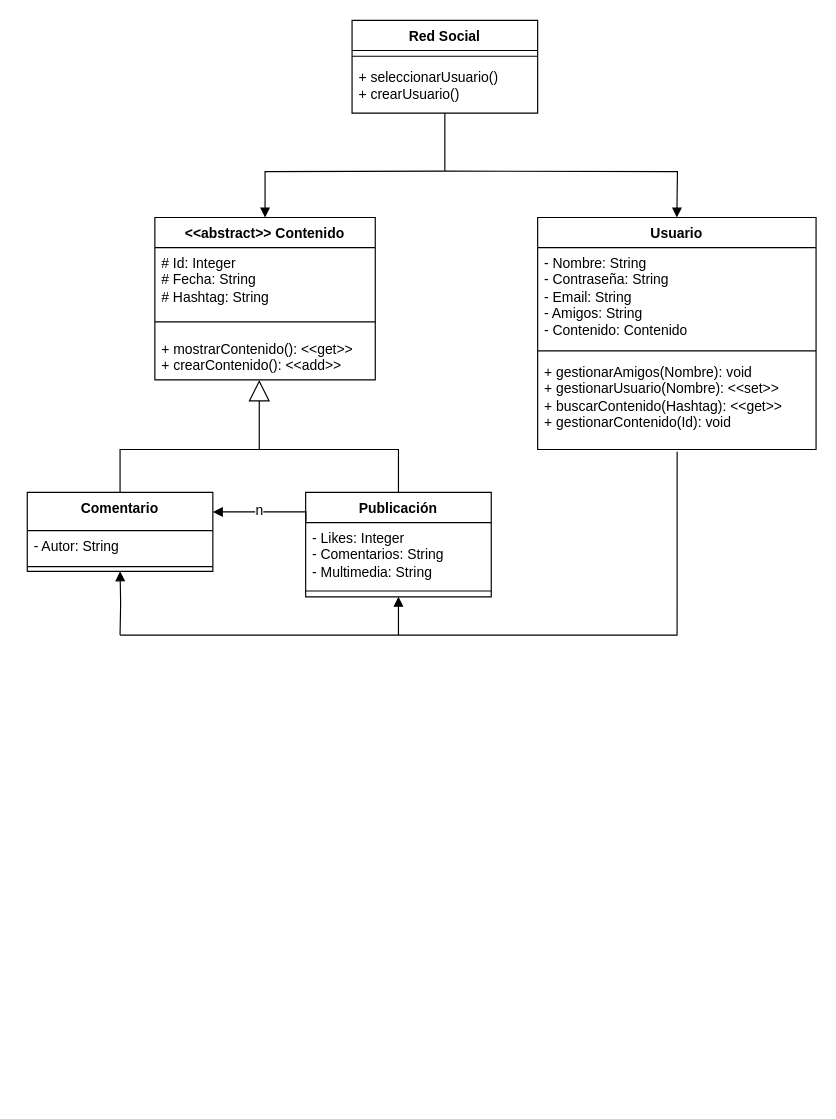
This is diag/dc.drawio from Kore29/Program-Whale, a draw.io file, before an edit. Source tidied: cells renumbered, new cells numbered last; positions are measured from the earlier drawing's top-left corner, leaving out a move shared by most shapes. Both pictures are drawn from the tidied source at 116%, with x=0, y=0 at pixel (27, 20).
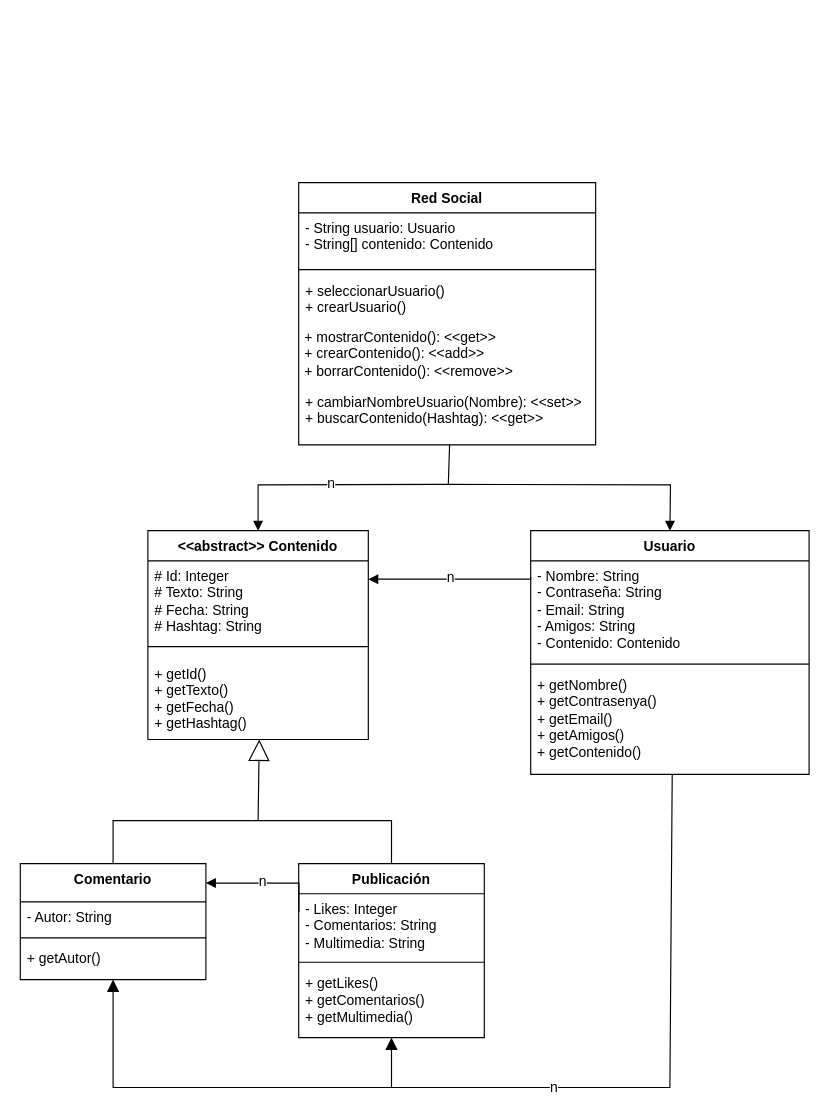
The same diagram, later.

Diff of the diagram source:
```diff
@@
     <mxCell id="2" value="&lt;div&gt;&amp;lt;&amp;lt;abstract&amp;gt;&amp;gt; Contenido&lt;/div&gt;&lt;div&gt;&lt;br&gt;&lt;/div&gt;" style="swimlane;fontStyle=1;align=center;verticalAlign=top;horizontal=1;startSize=26;whiteSpace=wrap;html=1;" parent="1" vertex="1">
-      <mxGeometry x="110" y="170" width="190" height="140" as="geometry" />
+      <mxGeometry x="104" y="440" width="190" height="180" as="geometry" />
     </mxCell>
-    <mxCell id="3" value="&lt;div&gt;# Id: Integer&lt;/div&gt;&lt;div&gt;# Fecha: String&lt;/div&gt;&lt;div&gt;# Hashtag: String&lt;/div&gt;" style="text;strokeColor=none;fillColor=none;align=left;verticalAlign=top;spacingLeft=4;spacingRight=4;overflow=hidden;whiteSpace=wrap;html=1;" parent="2" vertex="1">
-      <mxGeometry y="26" width="190" height="54" as="geometry" />
+    <mxCell id="3" value="&lt;div&gt;# Id: Integer&lt;/div&gt;&lt;div&gt;# Texto: String&lt;/div&gt;&lt;div&gt;# Fecha: String&lt;/div&gt;&lt;div&gt;# Hashtag: String&lt;/div&gt;" style="text;strokeColor=none;fillColor=none;align=left;verticalAlign=top;spacingLeft=4;spacingRight=4;overflow=hidden;whiteSpace=wrap;html=1;" parent="2" vertex="1">
+      <mxGeometry y="26" width="190" height="64" as="geometry" />
     </mxCell>
     <mxCell id="4" style="line;strokeWidth=1;fillColor=none;align=left;verticalAlign=middle;spacingTop=-1;spacingLeft=3;spacingRight=3;labelPosition=right;strokeColor=inherit;" parent="2" vertex="1">
-      <mxGeometry y="80" width="190" height="20" as="geometry" />
+      <mxGeometry y="90" width="190" height="20" as="geometry" />
     </mxCell>
-    <mxCell id="5" value="&lt;div&gt;+ mostrarContenido(): &amp;lt;&amp;lt;get&amp;gt;&amp;gt;&lt;/div&gt;&lt;div&gt;+ crearContenido(): &amp;lt;&amp;lt;add&amp;gt;&amp;gt;&lt;/div&gt;" style="text;strokeColor=none;fillColor=none;align=left;verticalAlign=top;spacingLeft=4;spacingRight=4;overflow=hidden;whiteSpace=wrap;html=1;" parent="2" vertex="1">
-      <mxGeometry y="100" width="190" height="40" as="geometry" />
-    </mxCell>
+    <mxCell id="30" value="&lt;div&gt;+ getId()&lt;/div&gt;&lt;div&gt;+ getTexto()&lt;/div&gt;&lt;div&gt;+ getFecha()&lt;/div&gt;&lt;div&gt;+ getHashtag()&lt;/div&gt;" style="text;strokeColor=none;fillColor=none;align=left;verticalAlign=top;spacingLeft=4;spacingRight=4;overflow=hidden;whiteSpace=wrap;html=1;" parent="2" vertex="1">
+      <mxGeometry y="110" width="190" height="70" as="geometry" />
+    </mxCell>
-    <mxCell id="6" value="Red Social" style="swimlane;fontStyle=1;align=center;verticalAlign=top;horizontal=1;startSize=26;whiteSpace=wrap;html=1;fillColor=none;" parent="1" vertex="1">
-      <mxGeometry x="280" width="160" height="80" as="geometry" />
+    <mxCell id="6" value="Red Social" style="swimlane;fontStyle=1;align=center;verticalAlign=top;horizontal=1;startSize=26;whiteSpace=wrap;html=1;" parent="1" vertex="1">
+      <mxGeometry x="234" y="140" width="256" height="226" as="geometry" />
     </mxCell>
+    <mxCell id="31" value="&lt;div&gt;- String usuario: Usuario&lt;/div&gt;&lt;div&gt;- String[] contenido: Contenido&lt;/div&gt;" style="text;align=left;verticalAlign=top;spacingLeft=4;spacingRight=4;overflow=hidden;whiteSpace=wrap;html=1;" parent="6" vertex="1">
+      <mxGeometry y="26" width="256" height="44" as="geometry" />
+    </mxCell>
     <mxCell id="7" style="line;strokeWidth=1;fillColor=none;align=left;verticalAlign=middle;spacingTop=-1;spacingLeft=3;spacingRight=3;labelPosition=right;strokeColor=inherit;" parent="6" vertex="1">
-      <mxGeometry y="26" width="160" height="10" as="geometry" />
+      <mxGeometry y="70" width="256" height="10" as="geometry" />
     </mxCell>
-    <mxCell id="8" value="&lt;div&gt;+ seleccionarUsuario()&lt;/div&gt;&lt;div&gt;+ crearUsuario()&lt;/div&gt;" style="text;strokeColor=none;fillColor=none;align=left;verticalAlign=top;spacingLeft=4;spacingRight=4;overflow=hidden;whiteSpace=wrap;html=1;" parent="6" vertex="1">
-      <mxGeometry y="36" width="160" height="44" as="geometry" />
+    <mxCell id="8" value="&lt;div&gt;+ seleccionarUsuario()&lt;/div&gt;&lt;div&gt;+ crearUsuario()&lt;/div&gt;" style="text;align=left;verticalAlign=top;spacingLeft=4;spacingRight=4;overflow=hidden;whiteSpace=wrap;html=1;" parent="6" vertex="1">
+      <mxGeometry y="80" width="256" height="40" as="geometry" />
     </mxCell>
+    <mxCell id="32" value=" + mostrarContenido(): &lt;&lt;get&gt;&gt;&#10; + crearContenido(): &lt;&lt;add&gt;&gt;&#10; + borrarContenido(): &lt;&lt;remove&gt;&gt;" style="text;whiteSpace=wrap;fillColor=none;fontColor=default;" parent="6" vertex="1">
+      <mxGeometry y="120" width="256" height="56" as="geometry" />
+    </mxCell>
+    <mxCell id="12" value="&lt;div&gt;&lt;span style=&quot;background-color: transparent; color: light-dark(rgb(0, 0, 0), rgb(255, 255, 255));&quot;&gt;+ cambiarNombreUsuario(Nombre): &amp;lt;&amp;lt;set&amp;gt;&amp;gt;&lt;/span&gt;&lt;/div&gt;&lt;div&gt;+ buscarContenido(Hashtag): &amp;lt;&amp;lt;get&amp;gt;&amp;gt;&lt;/div&gt;" style="text;align=left;verticalAlign=top;spacingLeft=4;spacingRight=4;overflow=hidden;points=[[0,0.5],[1,0.5]];portConstraint=eastwest;whiteSpace=wrap;html=1;" parent="6" vertex="1">
+      <mxGeometry y="176" width="256" height="50" as="geometry" />
+    </mxCell>
     <mxCell id="9" value="Usuario" style="swimlane;fontStyle=1;align=center;verticalAlign=top;horizontal=1;startSize=26;whiteSpace=wrap;html=1;" parent="1" vertex="1">
-      <mxGeometry x="440" y="170" width="240" height="200" as="geometry" />
+      <mxGeometry x="434" y="440" width="240" height="210" as="geometry" />
     </mxCell>
@@
-    <mxCell id="12" value="&lt;div&gt;+ gestionarAmigos(Nombre): void&lt;/div&gt;&lt;div&gt;+ gestionarUsuario(Nombre): &amp;lt;&amp;lt;set&amp;gt;&amp;gt;&lt;/div&gt;&lt;div&gt;+ buscarContenido(Hashtag): &amp;lt;&amp;lt;get&amp;gt;&amp;gt;&lt;/div&gt;&lt;div&gt;+ gestionarContenido(Id): void&lt;/div&gt;" style="text;strokeColor=none;fillColor=none;align=left;verticalAlign=top;spacingLeft=4;spacingRight=4;overflow=hidden;points=[[0,0.5],[1,0.5]];portConstraint=eastwest;whiteSpace=wrap;html=1;" parent="9" vertex="1">
-      <mxGeometry y="120" width="240" height="80" as="geometry" />
-    </mxCell>
+    <mxCell id="33" value="&lt;div&gt;+ getNombre()&lt;/div&gt;&lt;div&gt;+ getContrasenya()&lt;/div&gt;&lt;div&gt;+ getEmail()&lt;/div&gt;&lt;div&gt;+ getAmigos()&lt;/div&gt;&lt;div&gt;+ getContenido()&lt;/div&gt;" style="text;strokeColor=none;fillColor=none;align=left;verticalAlign=top;spacingLeft=4;spacingRight=4;overflow=hidden;whiteSpace=wrap;html=1;" parent="9" vertex="1">
+      <mxGeometry y="120" width="240" height="90" as="geometry" />
+    </mxCell>
     <mxCell id="13" style="endArrow=none;html=1;edgeStyle=orthogonalEdgeStyle;rounded=0;" parent="1" edge="1" target="21">
       <mxGeometry relative="1" as="geometry">
-        <mxPoint x="200" y="370" as="sourcePoint" />
+        <mxPoint x="194" y="690" as="sourcePoint" />
         <Array as="points">
-          <mxPoint x="200" y="370" />
-          <mxPoint x="320" y="370" />
+          <mxPoint x="314" y="690" />
         </Array>
       </mxGeometry>
     </mxCell>
     <mxCell id="14" style="endArrow=none;html=1;edgeStyle=orthogonalEdgeStyle;rounded=0;exitX=0.5;exitY=0;exitDx=0;exitDy=0;" parent="1" edge="1" source="18">
       <mxGeometry relative="1" as="geometry">
-        <mxPoint x="200" y="370" as="targetPoint" />
+        <mxPoint x="194" y="690" as="targetPoint" />
         <Array as="points">
-          <mxPoint x="80" y="370" />
-          <mxPoint x="200" y="370" />
+          <mxPoint x="74" y="690" />
+          <mxPoint x="194" y="690" />
         </Array>
       </mxGeometry>
     </mxCell>
-    <mxCell id="15" style="endArrow=none;html=1;edgeStyle=orthogonalEdgeStyle;rounded=0;exitX=0.5;exitY=1;exitDx=0;exitDy=0;" parent="1" edge="1" source="6">
-      <mxGeometry relative="1" as="geometry">
-        <mxPoint x="360" y="130" as="targetPoint" />
-      </mxGeometry>
-    </mxCell>
     <mxCell id="16" style="endArrow=block;endFill=1;html=1;edgeStyle=orthogonalEdgeStyle;align=left;verticalAlign=top;rounded=0;entryX=0.5;entryY=0;entryDx=0;entryDy=0;" parent="1" edge="1">
       <mxGeometry x="-1" y="-64" relative="1" as="geometry">
-        <mxPoint x="360" y="130" as="sourcePoint" />
-        <mxPoint x="560" y="170" as="targetPoint" />
+        <mxPoint x="354" y="400" as="sourcePoint" />
+        <mxPoint x="554" y="440" as="targetPoint" />
         <mxPoint x="-40" y="-14" as="offset" />
       </mxGeometry>
     </mxCell>
     <mxCell id="17" style="endArrow=block;endFill=1;html=1;edgeStyle=orthogonalEdgeStyle;align=left;verticalAlign=top;rounded=0;" parent="1" edge="1" target="2">
       <mxGeometry x="-1" y="80" relative="1" as="geometry">
-        <mxPoint x="360" y="130" as="sourcePoint" />
+        <mxPoint x="354" y="400" as="sourcePoint" />
         <mxPoint x="80" y="-80" as="offset" />
       </mxGeometry>
     </mxCell>
+    <mxCell id="34" value="n" style="edgeLabel;html=1;align=center;verticalAlign=middle;fontSize=12;" parent="17" vertex="1">
+      <mxGeometry x="-0.05" y="-1" relative="1" as="geometry" />
+    </mxCell>
     <mxCell id="18" value="Comentario" style="swimlane;fontStyle=1;align=center;verticalAlign=top;horizontal=1;startSize=33;whiteSpace=wrap;html=1;" parent="1" vertex="1">
-      <mxGeometry y="407" width="160" height="68" as="geometry" />
+      <mxGeometry x="-6" y="727" width="160" height="100" as="geometry" />
     </mxCell>
@@
+    <mxCell id="35" value="&lt;div&gt;+ getAutor()&lt;/div&gt;" style="text;strokeColor=none;fillColor=none;align=left;verticalAlign=top;spacingLeft=4;spacingRight=4;overflow=hidden;whiteSpace=wrap;html=1;" parent="18" vertex="1">
+      <mxGeometry y="68" width="160" height="32" as="geometry" />
+    </mxCell>
     <mxCell id="21" value="Publicación" style="swimlane;fontStyle=1;align=center;verticalAlign=top;horizontal=1;startSize=26;whiteSpace=wrap;html=1;" parent="1" vertex="1">
-      <mxGeometry x="240" y="407" width="160" height="90" as="geometry" />
+      <mxGeometry x="234" y="727" width="160" height="150" as="geometry" />
     </mxCell>
@@
-    <mxCell id="24" style="endArrow=none;html=1;edgeStyle=orthogonalEdgeStyle;rounded=0;exitX=0.501;exitY=1.023;exitDx=0;exitDy=0;exitPerimeter=0;" parent="1" edge="1" source="12">
-      <mxGeometry relative="1" as="geometry">
-        <mxPoint x="80" y="530" as="targetPoint" />
-        <Array as="points">
-          <mxPoint x="560" y="530" />
-          <mxPoint x="80" y="530" />
-        </Array>
-      </mxGeometry>
-    </mxCell>
-    <mxCell id="25" style="endArrow=block;endFill=1;html=1;edgeStyle=orthogonalEdgeStyle;align=left;verticalAlign=top;rounded=0;entryX=0.5;entryY=1;entryDx=0;entryDy=0;" parent="1" edge="1" target="18">
-      <mxGeometry x="-1" relative="1" as="geometry">
-        <mxPoint x="80" y="530" as="sourcePoint" />
-      </mxGeometry>
-    </mxCell>
-    <mxCell id="26" style="endArrow=block;endFill=1;html=1;edgeStyle=orthogonalEdgeStyle;align=left;verticalAlign=top;rounded=0;entryX=0.5;entryY=1;entryDx=0;entryDy=0;" parent="1" edge="1" target="21">
-      <mxGeometry x="-1" relative="1" as="geometry">
-        <mxPoint x="320" y="530" as="sourcePoint" />
-        <Array as="points">
-          <mxPoint x="320" y="500" />
-          <mxPoint x="320" y="500" />
-        </Array>
-      </mxGeometry>
-    </mxCell>
+    <mxCell id="36" value="+ getLikes()&lt;div&gt;+ getComentarios()&lt;/div&gt;&lt;div&gt;+ getMultimedia()&lt;/div&gt;" style="text;strokeColor=none;fillColor=none;align=left;verticalAlign=top;spacingLeft=4;spacingRight=4;overflow=hidden;whiteSpace=wrap;html=1;" parent="21" vertex="1">
+      <mxGeometry y="90" width="160" height="60" as="geometry" />
+    </mxCell>
     <mxCell id="27" style="endArrow=block;endFill=1;html=1;edgeStyle=orthogonalEdgeStyle;align=left;verticalAlign=top;rounded=0;exitX=0.001;exitY=0.277;exitDx=0;exitDy=0;entryX=1;entryY=0.5;entryDx=0;entryDy=0;exitPerimeter=0;" parent="1" edge="1" source="21">
       <mxGeometry x="-1" relative="1" as="geometry">
-        <mxPoint x="160" y="423.8" as="targetPoint" />
+        <mxPoint x="154" y="743.8" as="targetPoint" />
         <Array as="points">
-          <mxPoint x="160" y="424" />
+          <mxPoint x="154" y="744" />
         </Array>
       </mxGeometry>
     </mxCell>
@@
     <mxCell id="29" style="endArrow=block;endSize=16;endFill=0;html=1;rounded=0;fontSize=12;curved=1;" parent="1" edge="1">
       <mxGeometry relative="1" as="geometry">
-        <mxPoint x="200" y="370" as="sourcePoint" />
-        <mxPoint x="200" y="310" as="targetPoint" />
+        <mxPoint x="199" y="690" as="sourcePoint" />
+        <mxPoint x="200" y="620" as="targetPoint" />
       </mxGeometry>
     </mxCell>
+    <mxCell id="37" style="html=1;verticalAlign=bottom;endArrow=block;curved=0;rounded=0;fontSize=12;startSize=8;endSize=8;entryX=0.5;entryY=1;entryDx=0;entryDy=0;" parent="1" edge="1" target="21">
+      <mxGeometry relative="1" as="geometry">
+        <mxPoint x="556" y="650" as="sourcePoint" />
+        <Array as="points">
+          <mxPoint x="554" y="920" />
+          <mxPoint x="314" y="920" />
+        </Array>
+      </mxGeometry>
+    </mxCell>
+    <mxCell id="38" value="n" style="edgeLabel;html=1;align=center;verticalAlign=middle;fontSize=12;" parent="37" vertex="1">
+      <mxGeometry x="0.34" y="-1" relative="1" as="geometry" />
+    </mxCell>
+    <mxCell id="39" style="html=1;verticalAlign=bottom;endArrow=block;curved=0;rounded=0;fontSize=12;startSize=8;endSize=8;" parent="1" edge="1">
+      <mxGeometry relative="1" as="geometry">
+        <mxPoint x="330" y="920" as="sourcePoint" />
+        <mxPoint x="74" y="827" as="targetPoint" />
+        <Array as="points">
+          <mxPoint x="74" y="920" />
+        </Array>
+      </mxGeometry>
+    </mxCell>
+    <mxCell id="40" style="endArrow=block;endFill=1;html=1;edgeStyle=orthogonalEdgeStyle;align=left;verticalAlign=top;rounded=0;" parent="1" edge="1">
+      <mxGeometry x="-1" relative="1" as="geometry">
+        <mxPoint x="434" y="480" as="sourcePoint" />
+        <mxPoint x="294" y="481.8" as="targetPoint" />
+        <Array as="points">
+          <mxPoint x="434" y="481.8" />
+        </Array>
+      </mxGeometry>
+    </mxCell>
+    <mxCell id="41" value="n" style="edgeLabel;html=1;align=center;verticalAlign=middle;fontSize=12;" parent="40" vertex="1">
+      <mxGeometry x="-0.15" y="-1" relative="1" as="geometry">
+        <mxPoint x="-11" as="offset" />
+      </mxGeometry>
+    </mxCell>
+    <mxCell id="42" style="endArrow=none;html=1;edgeStyle=orthogonalEdgeStyle;rounded=0;fontSize=12;startSize=8;endSize=8;curved=0;strokeColor=default;exitX=0.508;exitY=0.999;exitDx=0;exitDy=0;exitPerimeter=0;" parent="1" edge="1" source="12">
+      <mxGeometry relative="1" as="geometry">
+        <mxPoint x="363" y="400" as="targetPoint" />
+        <Array as="points">
+          <mxPoint x="364" y="400" />
+        </Array>
+      </mxGeometry>
+    </mxCell>
```
